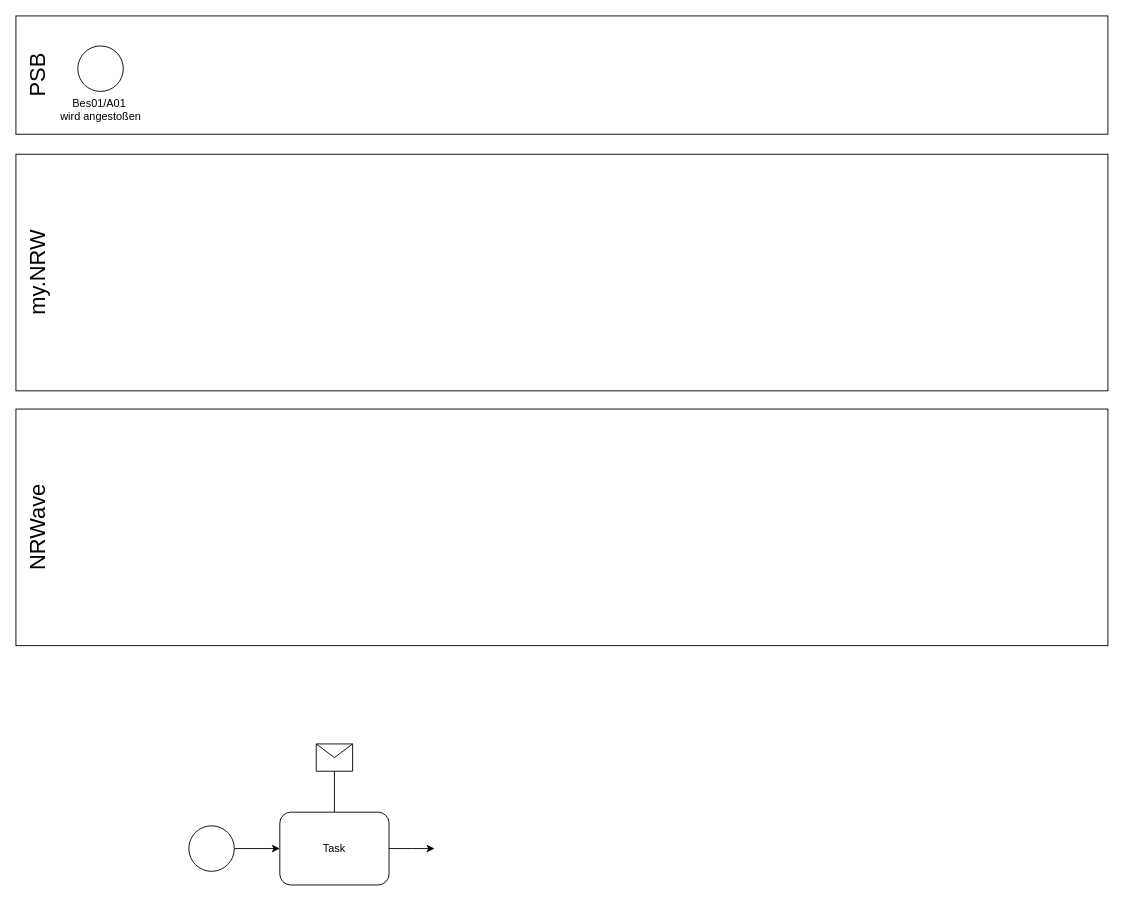
The draw.io diagram Unbenanntes Diagramm.drawio in Fa8io/Sequenzdiagramm, before the edit. Source tidied: cells renumbered, new cells numbered last; positions are measured from the earlier drawing's top-left corner, leaving out a move shared by most shapes. Both pictures are drawn from the tidied source at 91%, with x=0, y=0 at pixel (-39, 15).
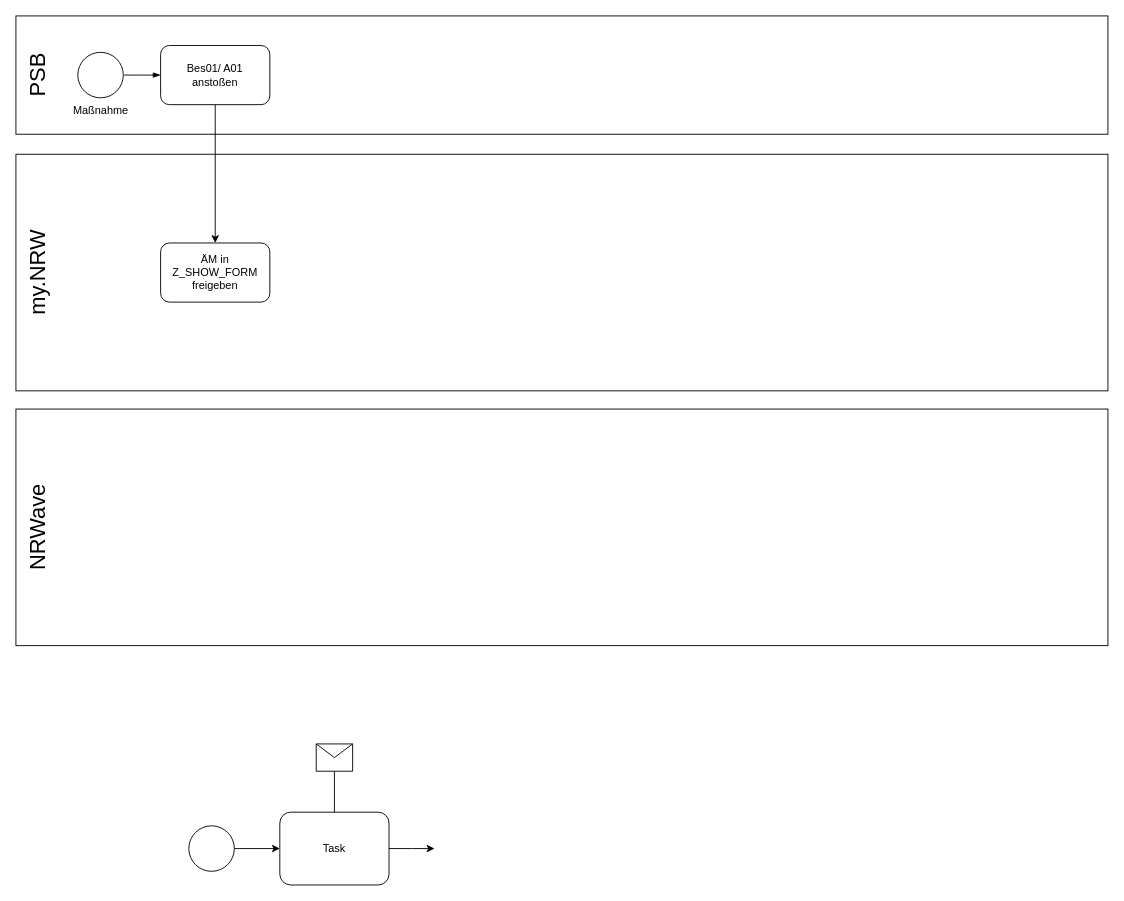
The same page after the edit.

Diff of the diagram source:
```diff
@@
-    <mxCell id="14" value="Bes01/A01&amp;nbsp;&lt;div&gt;wird angestoßen&lt;/div&gt;" style="shape=mxgraph.bpmn.shape;html=1;verticalLabelPosition=bottom;labelBackgroundColor=#ffffff;verticalAlign=top;perimeter=ellipsePerimeter;outline=standard;symbol=general;" parent="1" vertex="1">
-      <mxGeometry x="128" y="33" width="50" height="50" as="geometry" />
+    <mxCell id="14" value="Maßnahme" style="shape=mxgraph.bpmn.shape;html=1;verticalLabelPosition=bottom;labelBackgroundColor=#ffffff;verticalAlign=top;perimeter=ellipsePerimeter;outline=standard;symbol=general;" parent="1" vertex="1">
+      <mxGeometry x="128" y="40" width="50" height="50" as="geometry" />
     </mxCell>
+    <mxCell id="15" style="edgeStyle=orthogonalEdgeStyle;rounded=0;jettySize=auto;html=1;" parent="1" edge="1" source="16" target="18">
+      <mxGeometry relative="1" as="geometry" />
+    </mxCell>
+    <mxCell id="16" value="Bes01/ A01&lt;div&gt;anstoßen&lt;/div&gt;" style="shape=ext;rounded=1;html=1;whiteSpace=wrap;" parent="1" vertex="1">
+      <mxGeometry x="219" y="32.5" width="120" height="65" as="geometry" />
+    </mxCell>
+    <mxCell id="17" style="edgeStyle=elbowEdgeStyle;fontSize=12;html=1;endArrow=blockThin;endFill=1;rounded=0;" parent="1" edge="1">
+      <mxGeometry relative="1" as="geometry">
+        <mxPoint x="179" y="65" as="sourcePoint" />
+        <mxPoint x="219" y="65" as="targetPoint" />
+      </mxGeometry>
+    </mxCell>
+    <mxCell id="18" value="ÄM in Z_SHOW_FORM freigeben" style="shape=ext;rounded=1;html=1;whiteSpace=wrap;" parent="1" vertex="1">
+      <mxGeometry x="219" y="249.5" width="120" height="65" as="geometry" />
+    </mxCell>
```
